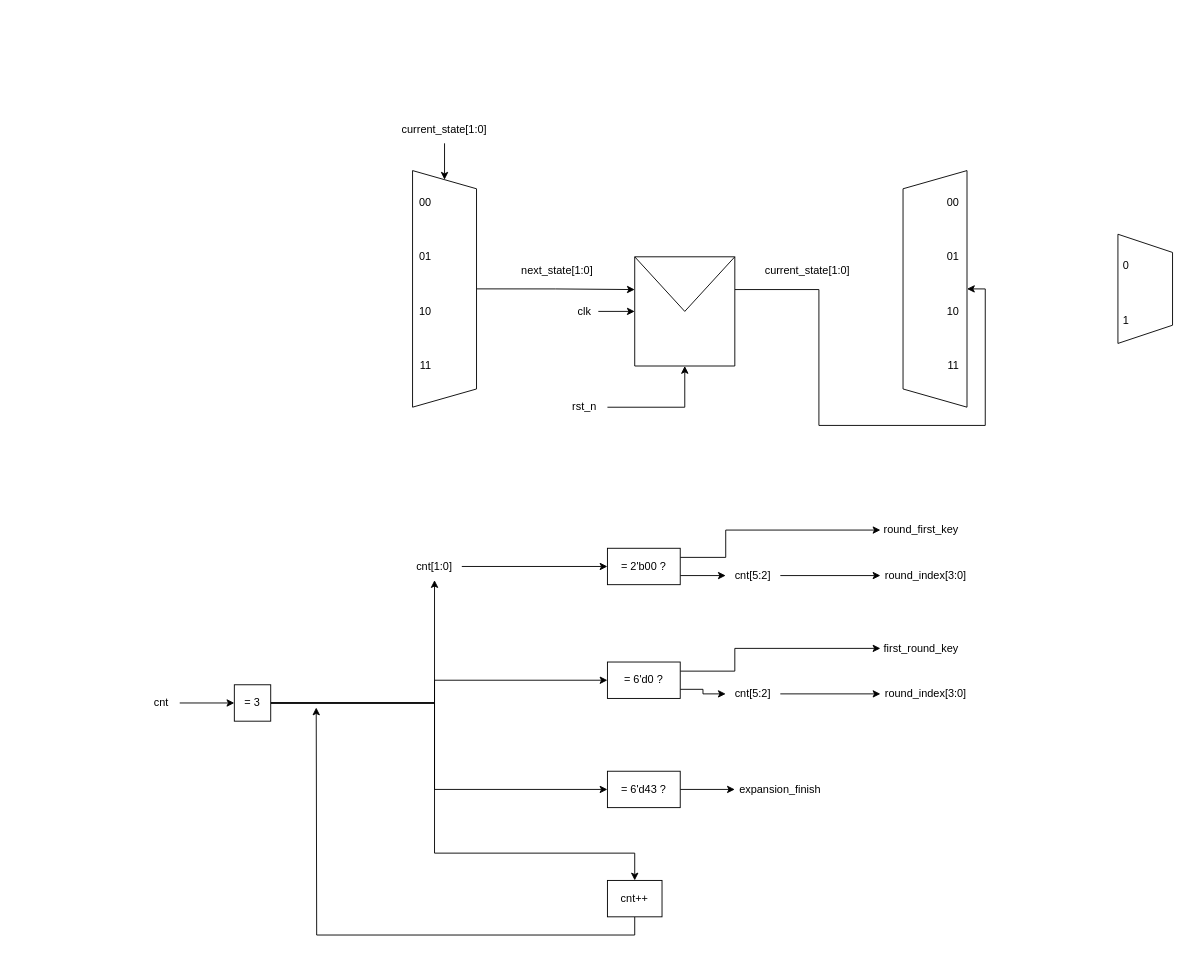
Above: diagram/drawio/AESKeyExpansion-CU_Low.drawio in LQLManZz/AES128-Verilog (draw.io), before the change. Source tidied: cells renumbered, new cells numbered last; positions are measured from the earlier drawing's top-left corner, leaving out a move shared by most shapes. Both pictures are drawn from the tidied source at 91%, with x=0, y=0 at pixel (143, 116).
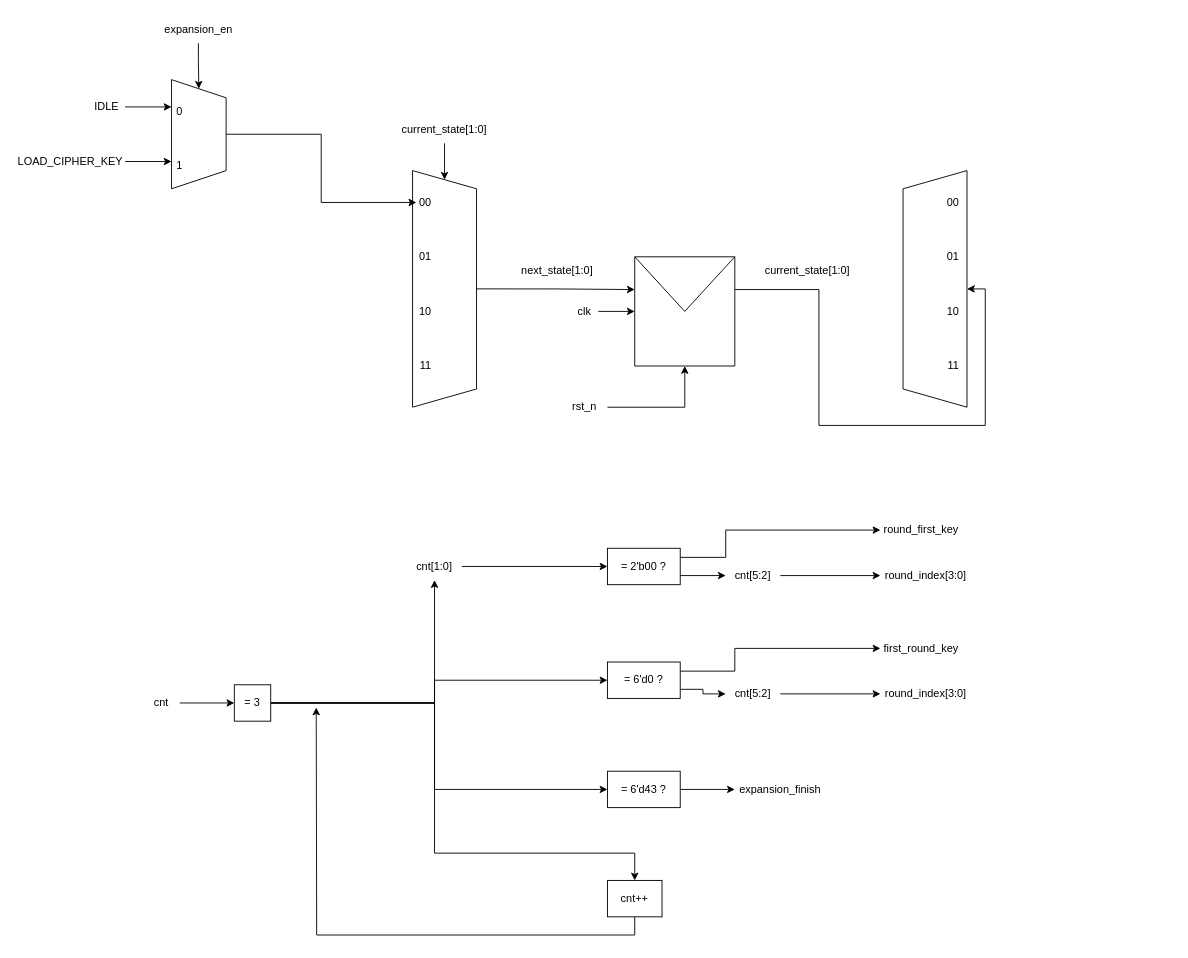
The same diagram, later.

Commit message:
vault backup: 2026-06-15 22:39:19

The change refers to these unchanged cells:
```xml
<mxCell id="27" style="shape=trapezoid;perimeter=trapezoidPerimeter;whiteSpace=wrap;html=1;fixedSize=1;rotation=90;" parent="26" vertex="1">
  <mxGeometry x="-29" y="30" width="120" height="60" as="geometry" />
</mxCell>
<mxCell id="38" value="00" style="text;html=1;whiteSpace=wrap;strokeColor=none;fillColor=none;align=center;verticalAlign=middle;rounded=0;" parent="36" vertex="1">
  <mxGeometry x="4.1" y="20.1" width="20" height="30" as="geometry" />
</mxCell>
```

What changed in the source:
```diff
@@
     <mxCell id="26" style="group;" parent="1" vertex="1">
-      <mxGeometry x="1070" y="129.9" width="61" height="120" as="geometry" />
+      <mxGeometry x="30" y="-40" width="61" height="120" as="geometry" />
     </mxCell>
@@
+    <mxCell id="57" style="edgeStyle=orthogonalEdgeStyle;rounded=0;jettySize=auto;html=1;exitX=0.5;exitY=1;exitDx=0;exitDy=0;entryX=0;entryY=0.5;entryDx=0;entryDy=0;" parent="1" edge="1" source="58" target="27">
+      <mxGeometry relative="1" as="geometry" />
+    </mxCell>
+    <mxCell id="58" value="expansion_en" style="text;html=1;whiteSpace=wrap;strokeColor=none;fillColor=none;align=center;verticalAlign=middle;rounded=0;" parent="1" vertex="1">
+      <mxGeometry x="20.5" y="-110" width="80" height="30" as="geometry" />
+    </mxCell>
+    <mxCell id="59" style="edgeStyle=orthogonalEdgeStyle;rounded=0;jettySize=auto;html=1;exitX=1;exitY=0.5;exitDx=0;exitDy=0;entryX=0.25;entryY=1;entryDx=0;entryDy=0;" parent="1" edge="1" source="60" target="27">
+      <mxGeometry relative="1" as="geometry" />
+    </mxCell>
+    <mxCell id="60" value="IDLE" style="text;html=1;whiteSpace=wrap;strokeColor=none;fillColor=none;align=center;verticalAlign=middle;rounded=0;" parent="1" vertex="1">
+      <mxGeometry x="-60" y="-25" width="40" height="30" as="geometry" />
+    </mxCell>
+    <mxCell id="61" style="edgeStyle=orthogonalEdgeStyle;rounded=0;jettySize=auto;html=1;exitX=1;exitY=0.5;exitDx=0;exitDy=0;entryX=0.75;entryY=1;entryDx=0;entryDy=0;" parent="1" edge="1" source="62" target="27">
+      <mxGeometry relative="1" as="geometry" />
+    </mxCell>
+    <mxCell id="62" value="LOAD_CIPHER_KEY" style="text;html=1;whiteSpace=wrap;strokeColor=none;fillColor=none;align=center;verticalAlign=middle;rounded=0;" parent="1" vertex="1">
+      <mxGeometry x="-140" y="35" width="120" height="30" as="geometry" />
+    </mxCell>
+    <mxCell id="63" style="edgeStyle=orthogonalEdgeStyle;rounded=0;jettySize=auto;html=1;exitX=0.5;exitY=0;exitDx=0;exitDy=0;entryX=0;entryY=0.5;entryDx=0;entryDy=0;" parent="1" edge="1" source="27" target="38">
+      <mxGeometry relative="1" as="geometry" />
+    </mxCell>
```
